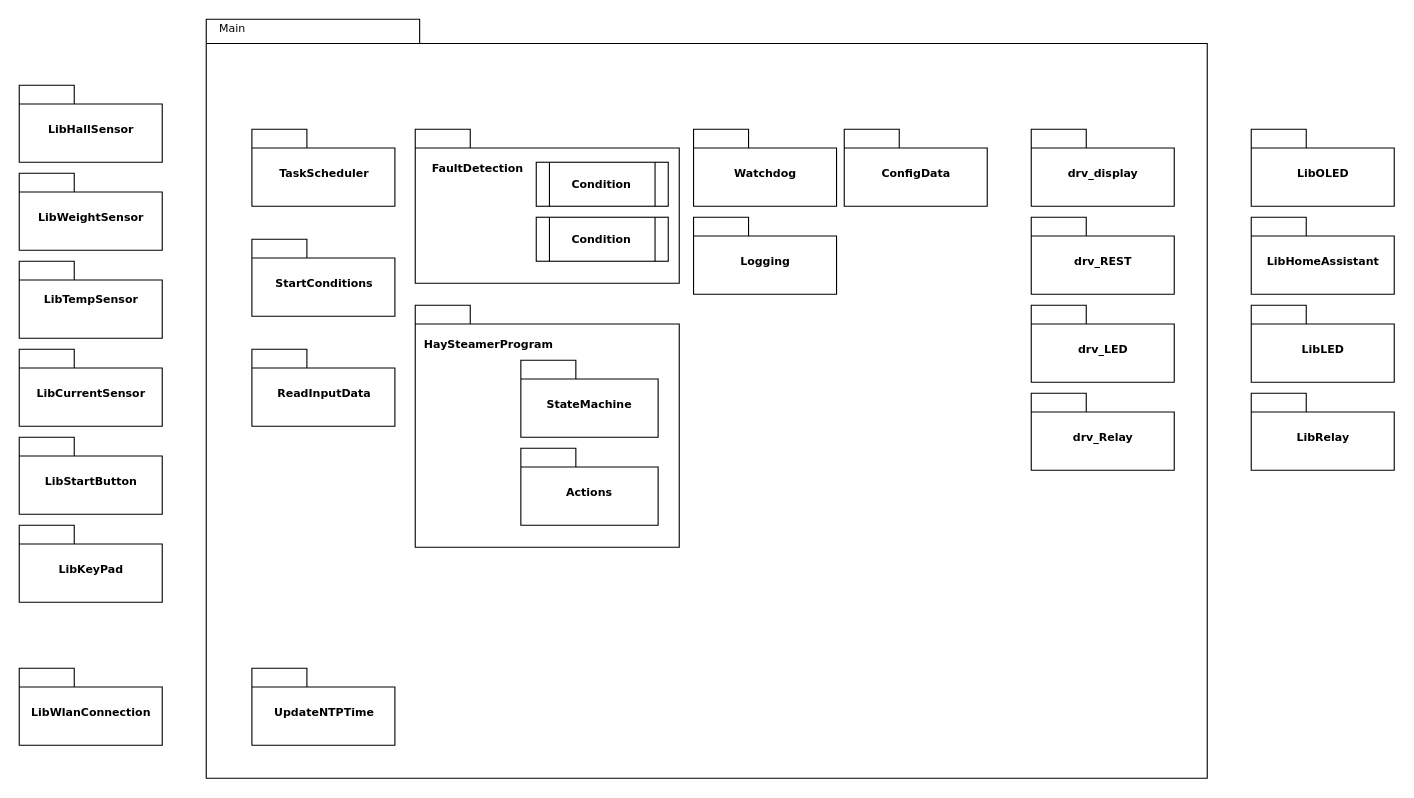
Above: BlockDiagramOverview.drawio in RoadRunner-2/HaySteamerTemperatureControl (draw.io), before the change. Source tidied: cells renumbered, new cells numbered last; positions are measured from the earlier drawing's top-left corner, leaving out a move shared by most shapes. Both pictures are drawn from the tidied source at 110%, with x=0, y=0 at pixel (19, 19).
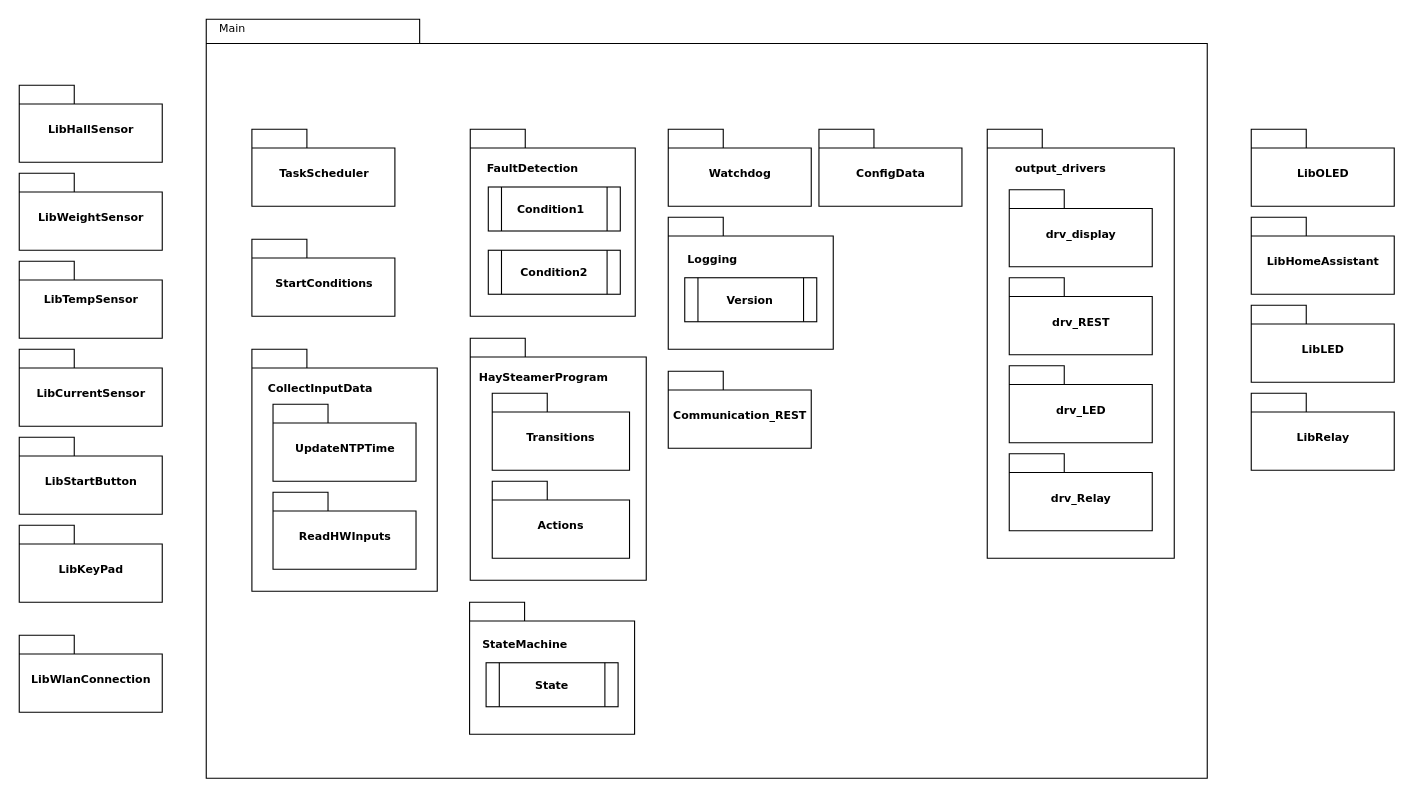
The same page after the edit.

Unchanged cells that the change refers to:
```xml
<mxCell id="38" style="group;" parent="37" vertex="1">
  <mxGeometry width="240" height="220" as="geometry" />
</mxCell>
```

Diff of the diagram source:
```diff
@@
-    <mxCell id="2" style="shape=folder;fontStyle=1;spacingTop=10;tabWidth=194;tabHeight=22;tabPosition=left;html=1;rounded=0;shadow=0;comic=0;labelBackgroundColor=none;strokeWidth=1;fillColor=none;fontFamily=Verdana;fontSize=10;align=center;" parent="1" vertex="1">
+    <mxCell id="2" style="shape=folder;fontStyle=1;spacingTop=10;tabWidth=194;tabHeight=22;tabPosition=left;html=1;rounded=0;shadow=0;comic=0;labelBackgroundColor=none;strokeWidth=1;fillColor=none;fontFamily=Verdana;fontSize=10;align=center;fillOpacity=0;" parent="1" vertex="1">
       <mxGeometry x="170" width="910" height="690" as="geometry" />
     </mxCell>
+    <mxCell id="52" style="shape=folder;fontStyle=1;spacingTop=10;tabWidth=50;tabHeight=17;tabPosition=left;html=1;rounded=0;shadow=0;comic=0;labelBackgroundColor=none;strokeWidth=1;fontFamily=Verdana;fontSize=10;align=center;" parent="1" vertex="1">
+      <mxGeometry x="880" y="100" width="170" height="390" as="geometry" />
+    </mxCell>
@@
     <mxCell id="8" value="&lt;div&gt;LibWlanConnection&lt;/div&gt;" style="shape=folder;fontStyle=1;spacingTop=10;tabWidth=50;tabHeight=17;tabPosition=left;html=1;rounded=0;shadow=0;comic=0;labelBackgroundColor=none;strokeWidth=1;fontFamily=Verdana;fontSize=10;align=center;" parent="1" vertex="1">
-      <mxGeometry y="590" width="130" height="70" as="geometry" />
+      <mxGeometry y="560" width="130" height="70" as="geometry" />
     </mxCell>
@@
     <mxCell id="14" style="group;" parent="1" vertex="1">
-      <mxGeometry x="613" y="100" width="130" height="70" as="geometry" />
+      <mxGeometry x="590" y="100" width="130" height="70" as="geometry" />
     </mxCell>
@@
     <mxCell id="16" style="group;" parent="1" vertex="1">
-      <mxGeometry x="211.5" y="300" width="130" height="70" as="geometry" />
+      <mxGeometry x="211.5" y="300" width="168.5" height="250" as="geometry" />
     </mxCell>
-    <mxCell id="17" value="ReadInputData" style="shape=folder;fontStyle=1;spacingTop=10;tabWidth=50;tabHeight=17;tabPosition=left;html=1;rounded=0;shadow=0;comic=0;labelBackgroundColor=none;strokeWidth=1;fontFamily=Verdana;fontSize=10;align=center;" parent="16" vertex="1">
-      <mxGeometry width="130" height="70" as="geometry" />
+    <mxCell id="17" style="shape=folder;fontStyle=1;spacingTop=10;tabWidth=50;tabHeight=17;tabPosition=left;html=1;rounded=0;shadow=0;comic=0;labelBackgroundColor=none;strokeWidth=1;fontFamily=Verdana;fontSize=10;align=center;" parent="16" vertex="1">
+      <mxGeometry width="168.5" height="220" as="geometry" />
     </mxCell>
+    <mxCell id="53" value="&lt;font style=&quot;font-size: 10px;&quot; face=&quot;Verdana&quot;&gt;&lt;b style=&quot;background-color: light-dark(#ffffff, var(--ge-dark-color, #121212));&quot;&gt;CollectInputData&lt;/b&gt;&lt;/font&gt;" style="text;html=1;align=center;verticalAlign=middle;whiteSpace=wrap;rounded=0;" parent="16" vertex="1">
+      <mxGeometry x="-4.4" y="20" width="134.4" height="30" as="geometry" />
+    </mxCell>
+    <mxCell id="19" value="&lt;div&gt;UpdateNTPTime&lt;/div&gt;" style="shape=folder;fontStyle=1;spacingTop=10;tabWidth=50;tabHeight=17;tabPosition=left;html=1;rounded=0;shadow=0;comic=0;labelBackgroundColor=none;strokeWidth=1;fontFamily=Verdana;fontSize=10;align=center;" parent="16" vertex="1">
+      <mxGeometry x="19.2" y="50" width="130" height="70" as="geometry" />
+    </mxCell>
+    <mxCell id="54" value="ReadHWInputs" style="shape=folder;fontStyle=1;spacingTop=10;tabWidth=50;tabHeight=17;tabPosition=left;html=1;rounded=0;shadow=0;comic=0;labelBackgroundColor=none;strokeWidth=1;fontFamily=Verdana;fontSize=10;align=center;" parent="16" vertex="1">
+      <mxGeometry x="19.2" y="130" width="130" height="70" as="geometry" />
+    </mxCell>
     <mxCell id="18" value="drv_REST" style="shape=folder;fontStyle=1;spacingTop=10;tabWidth=50;tabHeight=17;tabPosition=left;html=1;rounded=0;shadow=0;comic=0;labelBackgroundColor=none;strokeWidth=1;fontFamily=Verdana;fontSize=10;align=center;" parent="1" vertex="1">
-      <mxGeometry x="920" y="180" width="130" height="70" as="geometry" />
+      <mxGeometry x="900" y="235" width="130" height="70" as="geometry" />
     </mxCell>
-    <mxCell id="19" value="&lt;div&gt;UpdateNTPTime&lt;/div&gt;" style="shape=folder;fontStyle=1;spacingTop=10;tabWidth=50;tabHeight=17;tabPosition=left;html=1;rounded=0;shadow=0;comic=0;labelBackgroundColor=none;strokeWidth=1;fontFamily=Verdana;fontSize=10;align=center;" parent="1" vertex="1">
-      <mxGeometry x="211.5" y="590" width="130" height="70" as="geometry" />
-    </mxCell>
     <mxCell id="20" style="group;" parent="1" vertex="1">
-      <mxGeometry x="750" y="100" width="130" height="70" as="geometry" />
+      <mxGeometry x="727" y="100" width="130" height="70" as="geometry" />
     </mxCell>
@@
     <mxCell id="22" style="group;" parent="1" vertex="1">
-      <mxGeometry x="613" y="180" width="130" height="70" as="geometry" />
+      <mxGeometry x="590" y="180" width="150" height="210" as="geometry" />
     </mxCell>
-    <mxCell id="23" value="Logging" style="shape=folder;fontStyle=1;spacingTop=10;tabWidth=50;tabHeight=17;tabPosition=left;html=1;rounded=0;shadow=0;comic=0;labelBackgroundColor=none;strokeWidth=1;fontFamily=Verdana;fontSize=10;align=center;" parent="22" vertex="1">
-      <mxGeometry width="130" height="70" as="geometry" />
+    <mxCell id="23" style="shape=folder;fontStyle=1;spacingTop=10;tabWidth=50;tabHeight=17;tabPosition=left;html=1;rounded=0;shadow=0;comic=0;labelBackgroundColor=none;strokeWidth=1;fontFamily=Verdana;fontSize=10;align=center;" parent="22" vertex="1">
+      <mxGeometry width="150" height="120" as="geometry" />
     </mxCell>
+    <mxCell id="55" style="shape=process;whiteSpace=wrap;html=1;backgroundOutline=1;" parent="22" vertex="1">
+      <mxGeometry x="15" y="55" width="120" height="40" as="geometry" />
+    </mxCell>
+    <mxCell id="56" value="&lt;font style=&quot;font-size: 10px;&quot; face=&quot;Verdana&quot;&gt;&lt;b style=&quot;background-color: light-dark(#ffffff, var(--ge-dark-color, #121212));&quot;&gt;Version&lt;/b&gt;&lt;/font&gt;" style="text;html=1;align=center;verticalAlign=middle;whiteSpace=wrap;rounded=0;" parent="22" vertex="1">
+      <mxGeometry x="36.4" y="57.5" width="77.2" height="35" as="geometry" />
+    </mxCell>
+    <mxCell id="57" value="&lt;b style=&quot;font-family: Verdana; font-size: 10px; background-color: rgb(255, 255, 255);&quot;&gt;Logging&lt;/b&gt;" style="text;html=1;align=center;verticalAlign=middle;whiteSpace=wrap;rounded=0;" parent="22" vertex="1">
+      <mxGeometry x="-9.4" y="20" width="99.4" height="35" as="geometry" />
+    </mxCell>
+    <mxCell id="58" value="Communication_REST" style="shape=folder;fontStyle=1;spacingTop=10;tabWidth=50;tabHeight=17;tabPosition=left;html=1;rounded=0;shadow=0;comic=0;labelBackgroundColor=none;strokeWidth=1;fontFamily=Verdana;fontSize=10;align=center;" parent="22" vertex="1">
+      <mxGeometry y="140" width="130" height="70" as="geometry" />
+    </mxCell>
@@
     <mxCell id="28" style="group;" parent="1" vertex="1">
-      <mxGeometry x="920" y="100" width="130" height="70" as="geometry" />
+      <mxGeometry x="900" y="155" width="130" height="70" as="geometry" />
     </mxCell>
@@
     <mxCell id="32" value="drv_Relay" style="shape=folder;fontStyle=1;spacingTop=10;tabWidth=50;tabHeight=17;tabPosition=left;html=1;rounded=0;shadow=0;comic=0;labelBackgroundColor=none;strokeWidth=1;fontFamily=Verdana;fontSize=10;align=center;" parent="1" vertex="1">
-      <mxGeometry x="920" y="340" width="130" height="70" as="geometry" />
+      <mxGeometry x="900" y="395" width="130" height="70" as="geometry" />
     </mxCell>
@@
     <mxCell id="36" value="drv_LED" style="shape=folder;fontStyle=1;spacingTop=10;tabWidth=50;tabHeight=17;tabPosition=left;html=1;rounded=0;shadow=0;comic=0;labelBackgroundColor=none;strokeWidth=1;fontFamily=Verdana;fontSize=10;align=center;" parent="1" vertex="1">
-      <mxGeometry x="920" y="260" width="130" height="70" as="geometry" />
+      <mxGeometry x="900" y="315" width="130" height="70" as="geometry" />
     </mxCell>
     <mxCell id="37" style="group;" parent="1" vertex="1">
-      <mxGeometry x="360" y="260" width="240" height="220" as="geometry" />
+      <mxGeometry x="410" y="290" width="240" height="220" as="geometry" />
     </mxCell>
@@
     <mxCell id="39" style="shape=folder;fontStyle=1;spacingTop=10;tabWidth=50;tabHeight=17;tabPosition=left;html=1;rounded=0;shadow=0;comic=0;labelBackgroundColor=none;strokeWidth=1;fontFamily=Verdana;fontSize=10;align=center;" parent="38" vertex="1">
-      <mxGeometry width="240" height="220" as="geometry" />
+      <mxGeometry width="160" height="220" as="geometry" />
     </mxCell>
@@
-    <mxCell id="41" style="group;" parent="38" vertex="1">
-      <mxGeometry x="96" y="130" width="124.8" height="70" as="geometry" />
-    </mxCell>
+    <mxCell id="43" value="Transitions" style="shape=folder;fontStyle=1;spacingTop=10;tabWidth=50;tabHeight=17;tabPosition=left;html=1;rounded=0;shadow=0;comic=0;labelBackgroundColor=none;strokeWidth=1;fontFamily=Verdana;fontSize=10;align=center;" parent="38" vertex="1">
+      <mxGeometry x="20" y="50" width="124.8" height="70" as="geometry" />
+    </mxCell>
-    <mxCell id="42" value="Actions" style="shape=folder;fontStyle=1;spacingTop=10;tabWidth=50;tabHeight=17;tabPosition=left;html=1;rounded=0;shadow=0;comic=0;labelBackgroundColor=none;strokeWidth=1;fontFamily=Verdana;fontSize=10;align=center;" parent="41" vertex="1">
-      <mxGeometry width="124.8" height="70" as="geometry" />
+    <mxCell id="42" value="Actions" style="shape=folder;fontStyle=1;spacingTop=10;tabWidth=50;tabHeight=17;tabPosition=left;html=1;rounded=0;shadow=0;comic=0;labelBackgroundColor=none;strokeWidth=1;fontFamily=Verdana;fontSize=10;align=center;" parent="38" vertex="1">
+      <mxGeometry x="20" y="130" width="124.8" height="70" as="geometry" />
     </mxCell>
-    <mxCell id="43" value="StateMachine" style="shape=folder;fontStyle=1;spacingTop=10;tabWidth=50;tabHeight=17;tabPosition=left;html=1;rounded=0;shadow=0;comic=0;labelBackgroundColor=none;strokeWidth=1;fontFamily=Verdana;fontSize=10;align=center;" parent="38" vertex="1">
-      <mxGeometry x="96" y="50" width="124.8" height="70" as="geometry" />
-    </mxCell>
     <mxCell id="44" style="group;" parent="1" vertex="1">
-      <mxGeometry x="350" y="100" width="250" height="140" as="geometry" />
+      <mxGeometry x="400" y="100" width="250" height="190" as="geometry" />
     </mxCell>
     <mxCell id="45" style="group;" parent="44" vertex="1">
-      <mxGeometry width="250" height="140" as="geometry" />
+      <mxGeometry width="250" height="190" as="geometry" />
     </mxCell>
     <mxCell id="46" style="shape=folder;fontStyle=1;spacingTop=10;tabWidth=50;tabHeight=17;tabPosition=left;html=1;rounded=0;shadow=0;comic=0;labelBackgroundColor=none;strokeWidth=1;fontFamily=Verdana;fontSize=10;align=center;" parent="45" vertex="1">
-      <mxGeometry x="10" width="240" height="140" as="geometry" />
+      <mxGeometry x="10" width="150" height="170" as="geometry" />
     </mxCell>
-    <mxCell id="47" value="&lt;font style=&quot;font-size: 10px;&quot; face=&quot;Verdana&quot;&gt;&lt;b style=&quot;background-color: light-dark(#ffffff, var(--ge-dark-color, #121212));&quot;&gt;FaultDetection&lt;/b&gt;&lt;/font&gt;" style="text;html=1;align=center;verticalAlign=middle;whiteSpace=wrap;rounded=0;" parent="45" vertex="1">
+    <mxCell id="47" value="&lt;b style=&quot;font-family: Verdana; font-size: 10px; background-color: rgb(255, 255, 255);&quot;&gt;FaultDetection&lt;/b&gt;" style="text;html=1;align=center;verticalAlign=middle;whiteSpace=wrap;rounded=0;" parent="45" vertex="1">
       <mxGeometry y="17.5" width="134.4" height="35" as="geometry" />
     </mxCell>
     <mxCell id="48" style="shape=process;whiteSpace=wrap;html=1;backgroundOutline=1;" parent="45" vertex="1">
-      <mxGeometry x="120" y="30" width="120" height="40" as="geometry" />
+      <mxGeometry x="26.4" y="52.5" width="120" height="40" as="geometry" />
     </mxCell>
     <mxCell id="49" style="shape=process;whiteSpace=wrap;html=1;backgroundOutline=1;" parent="45" vertex="1">
-      <mxGeometry x="120" y="80" width="120" height="40" as="geometry" />
+      <mxGeometry x="26.4" y="110" width="120" height="40" as="geometry" />
     </mxCell>
-    <mxCell id="50" value="&lt;font style=&quot;font-size: 10px;&quot; face=&quot;Verdana&quot;&gt;&lt;b style=&quot;background-color: light-dark(#ffffff, var(--ge-dark-color, #121212));&quot;&gt;Condition&lt;/b&gt;&lt;/font&gt;" style="text;html=1;align=center;verticalAlign=middle;whiteSpace=wrap;rounded=0;" parent="45" vertex="1">
-      <mxGeometry x="146.4" y="32.5" width="67.2" height="35" as="geometry" />
+    <mxCell id="50" value="&lt;font style=&quot;font-size: 10px;&quot; face=&quot;Verdana&quot;&gt;&lt;b style=&quot;background-color: light-dark(#ffffff, var(--ge-dark-color, #121212));&quot;&gt;Condition1&lt;/b&gt;&lt;/font&gt;" style="text;html=1;align=center;verticalAlign=middle;whiteSpace=wrap;rounded=0;" parent="45" vertex="1">
+      <mxGeometry x="50" y="55" width="67.2" height="35" as="geometry" />
     </mxCell>
-    <mxCell id="51" value="&lt;font style=&quot;font-size: 10px;&quot; face=&quot;Verdana&quot;&gt;&lt;b style=&quot;background-color: light-dark(#ffffff, var(--ge-dark-color, #121212));&quot;&gt;Condition&lt;/b&gt;&lt;/font&gt;" style="text;html=1;align=center;verticalAlign=middle;whiteSpace=wrap;rounded=0;" parent="45" vertex="1">
-      <mxGeometry x="141.4" y="82.5" width="77.2" height="35" as="geometry" />
+    <mxCell id="51" value="&lt;font style=&quot;font-size: 10px;&quot; face=&quot;Verdana&quot;&gt;&lt;b style=&quot;background-color: light-dark(#ffffff, var(--ge-dark-color, #121212));&quot;&gt;Condition2&lt;/b&gt;&lt;/font&gt;" style="text;html=1;align=center;verticalAlign=middle;whiteSpace=wrap;rounded=0;" parent="45" vertex="1">
+      <mxGeometry x="47.8" y="112.5" width="77.2" height="35" as="geometry" />
     </mxCell>
+    <mxCell id="59" value="&lt;font style=&quot;font-size: 10px;&quot; face=&quot;Verdana&quot;&gt;&lt;b style=&quot;background-color: light-dark(#ffffff, var(--ge-dark-color, #121212));&quot;&gt;output_drivers&lt;/b&gt;&lt;/font&gt;" style="text;html=1;align=center;verticalAlign=middle;whiteSpace=wrap;rounded=0;" parent="1" vertex="1">
+      <mxGeometry x="880" y="120" width="134.4" height="30" as="geometry" />
+    </mxCell>
+    <mxCell id="60" style="shape=folder;fontStyle=1;spacingTop=10;tabWidth=50;tabHeight=17;tabPosition=left;html=1;rounded=0;shadow=0;comic=0;labelBackgroundColor=none;strokeWidth=1;fontFamily=Verdana;fontSize=10;align=center;" parent="1" vertex="1">
+      <mxGeometry x="409.4" y="530" width="150" height="120" as="geometry" />
+    </mxCell>
+    <mxCell id="61" style="shape=process;whiteSpace=wrap;html=1;backgroundOutline=1;" parent="1" vertex="1">
+      <mxGeometry x="424.4" y="585" width="120" height="40" as="geometry" />
+    </mxCell>
+    <mxCell id="62" value="&lt;font style=&quot;font-size: 10px;&quot; face=&quot;Verdana&quot;&gt;&lt;b style=&quot;background-color: light-dark(#ffffff, var(--ge-dark-color, #121212));&quot;&gt;State&lt;/b&gt;&lt;/font&gt;" style="text;html=1;align=center;verticalAlign=middle;whiteSpace=wrap;rounded=0;" parent="1" vertex="1">
+      <mxGeometry x="445.8" y="587.5" width="77.2" height="35" as="geometry" />
+    </mxCell>
+    <mxCell id="63" value="&lt;b style=&quot;font-family: Verdana; font-size: 10px; background-color: rgb(255, 255, 255);&quot;&gt;StateMachine&lt;/b&gt;" style="text;html=1;align=center;verticalAlign=middle;whiteSpace=wrap;rounded=0;" parent="1" vertex="1">
+      <mxGeometry x="400" y="550" width="120" height="35" as="geometry" />
+    </mxCell>
```
